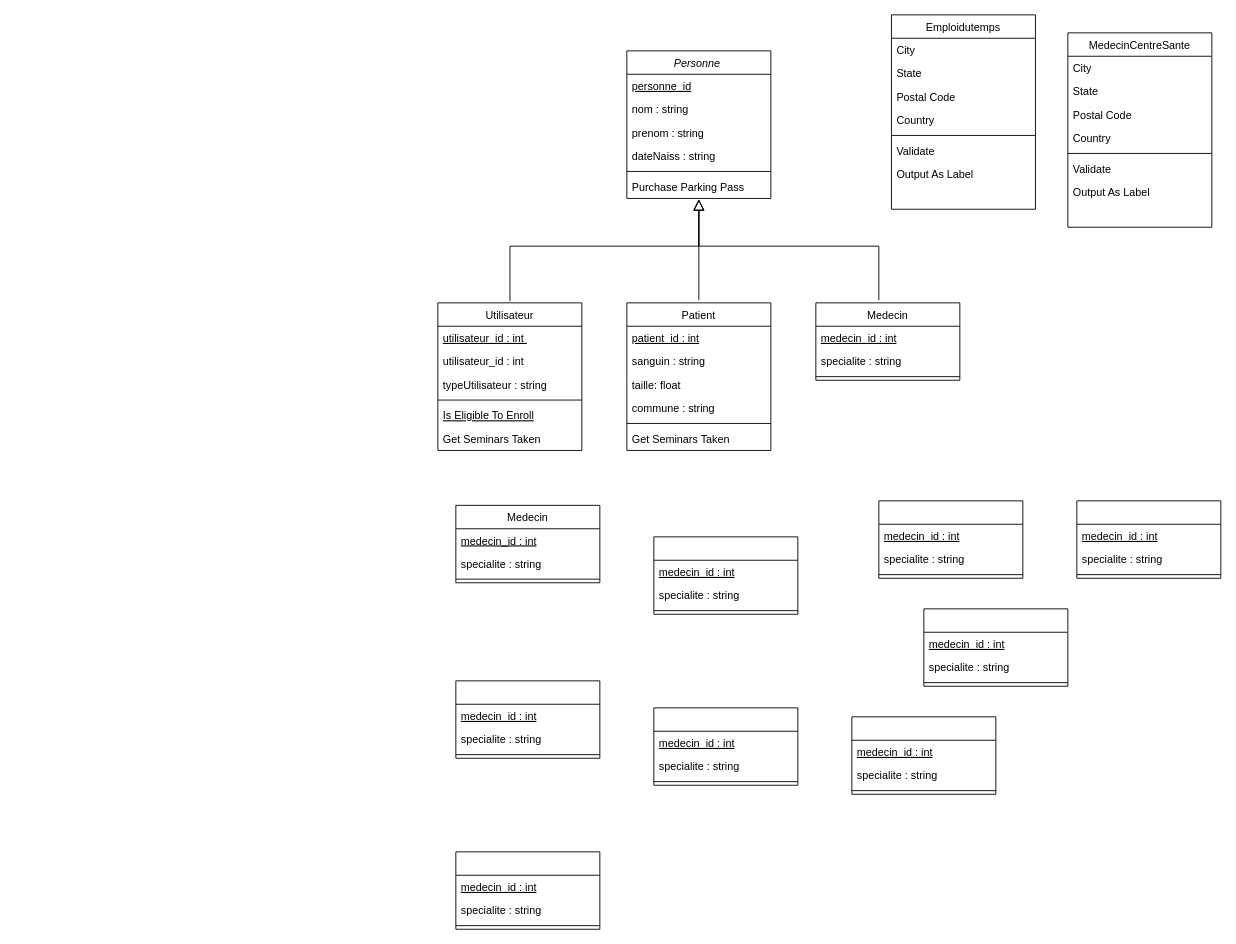
Above: Untitled Diagram.drawio in 2024SMAGIR2A/MedicalinfoA (draw.io), before the change. Source tidied: cells renumbered, new cells numbered last; positions are measured from the earlier drawing's top-left corner, leaving out a move shared by most shapes. Both pictures are drawn from the tidied source at 90%, with x=0, y=0 at pixel (437, 14).
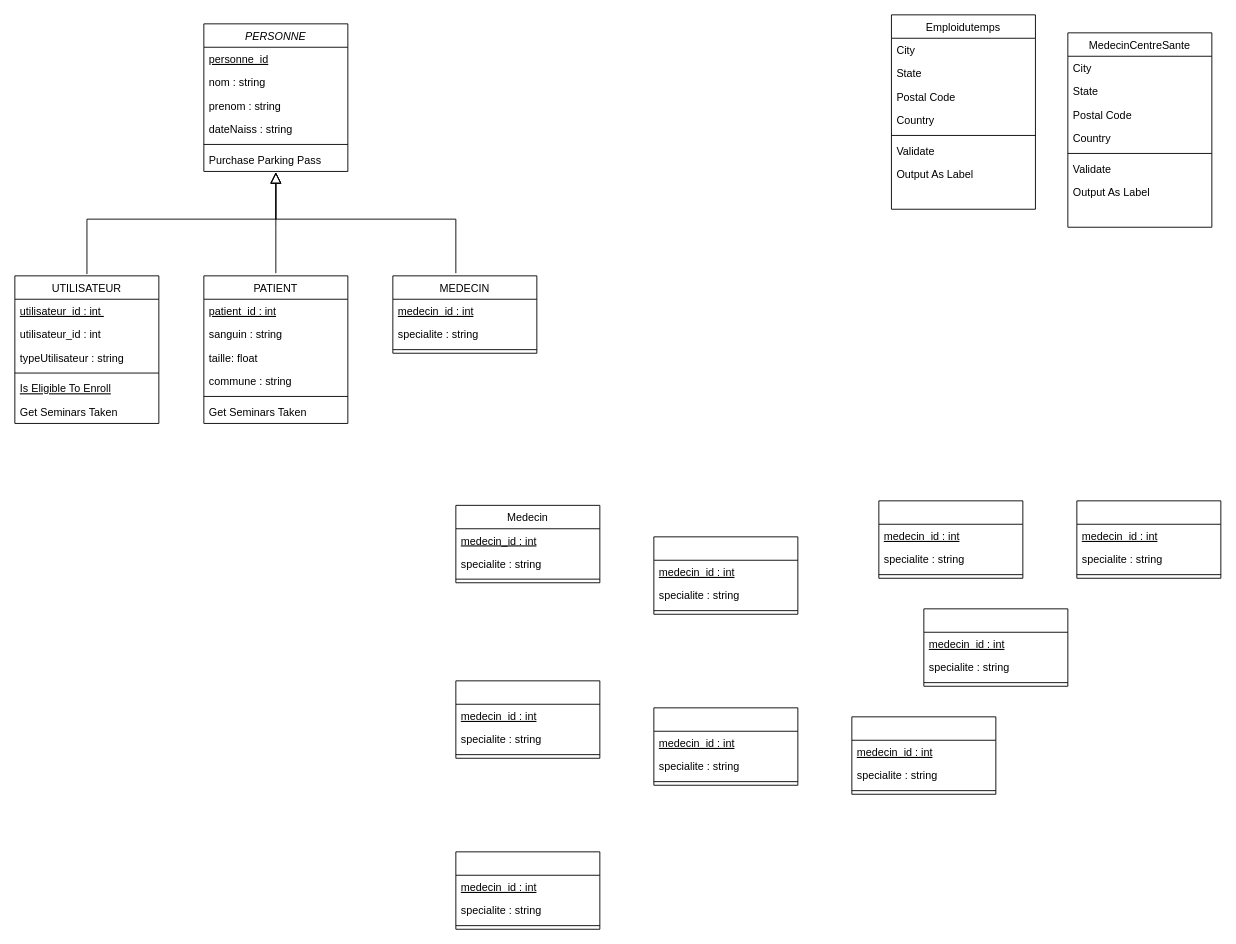
Above is the later version.

Commit message:
Mettre à jour Untitled Diagram.drawio

Change to the diagram source:
```diff
@@
-    <mxCell id="2" value="Personne " style="swimlane;fontStyle=2;align=center;verticalAlign=top;horizontal=1;startSize=26;rounded=0;shadow=0;strokeWidth=1;" parent="1" vertex="1">
-      <mxGeometry x="210" y="40" width="160" height="164" as="geometry" />
+    <mxCell id="2" value="PERSONNE" style="swimlane;fontStyle=2;align=center;verticalAlign=top;horizontal=1;startSize=26;rounded=0;shadow=0;strokeWidth=1;" parent="1" vertex="1">
+      <mxGeometry x="-260" y="10" width="160" height="164" as="geometry" />
     </mxCell>
@@
-    <mxCell id="9" value="Patient" style="swimlane;fontStyle=0;align=center;verticalAlign=top;horizontal=1;startSize=26;rounded=0;shadow=0;strokeWidth=1;" parent="1" vertex="1">
-      <mxGeometry x="210" y="320" width="160" height="164" as="geometry" />
+    <mxCell id="9" value="PATIENT" style="swimlane;fontStyle=0;align=center;verticalAlign=top;horizontal=1;startSize=26;rounded=0;shadow=0;strokeWidth=1;" parent="1" vertex="1">
+      <mxGeometry x="-260" y="290" width="160" height="164" as="geometry" />
     </mxCell>
@@
     <mxCell id="16" style="endArrow=block;endSize=10;endFill=0;shadow=0;strokeWidth=1;rounded=0;curved=0;edgeStyle=elbowEdgeStyle;elbow=vertical;" parent="1" edge="1">
       <mxGeometry relative="1" as="geometry">
-        <mxPoint x="290" y="317" as="sourcePoint" />
-        <mxPoint x="290" y="205" as="targetPoint" />
+        <mxPoint x="-180" y="287" as="sourcePoint" />
+        <mxPoint x="-180" y="175" as="targetPoint" />
         <Array as="points">
-          <mxPoint x="290" y="266" />
+          <mxPoint x="-180" y="236" />
         </Array>
       </mxGeometry>
     </mxCell>
-    <mxCell id="17" value="Medecin" style="swimlane;fontStyle=0;align=center;verticalAlign=top;horizontal=1;startSize=26;rounded=0;shadow=0;strokeWidth=1;" parent="1" vertex="1">
-      <mxGeometry x="420" y="320" width="160" height="86" as="geometry" />
+    <mxCell id="17" value="MEDECIN" style="swimlane;fontStyle=0;align=center;verticalAlign=top;horizontal=1;startSize=26;rounded=0;shadow=0;strokeWidth=1;" parent="1" vertex="1">
+      <mxGeometry x="-50" y="290" width="160" height="86" as="geometry" />
     </mxCell>
@@
     <mxCell id="21" style="endArrow=block;endSize=10;endFill=0;shadow=0;strokeWidth=1;rounded=0;curved=0;edgeStyle=elbowEdgeStyle;elbow=vertical;" parent="1" edge="1">
       <mxGeometry relative="1" as="geometry">
-        <mxPoint x="490" y="317" as="sourcePoint" />
-        <mxPoint x="290" y="205" as="targetPoint" />
+        <mxPoint x="20" y="287" as="sourcePoint" />
+        <mxPoint x="-180" y="175" as="targetPoint" />
         <Array as="points">
-          <mxPoint x="389" y="257" />
+          <mxPoint x="-81" y="227" />
         </Array>
       </mxGeometry>
     </mxCell>
@@
-    <mxCell id="30" value="Utilisateur" style="swimlane;fontStyle=0;align=center;verticalAlign=top;horizontal=1;startSize=26;rounded=0;shadow=0;strokeWidth=1;" parent="1" vertex="1">
-      <mxGeometry y="320" width="160" height="164" as="geometry" />
+    <mxCell id="30" value="UTILISATEUR" style="swimlane;fontStyle=0;align=center;verticalAlign=top;horizontal=1;startSize=26;rounded=0;shadow=0;strokeWidth=1;" parent="1" vertex="1">
+      <mxGeometry x="-470" y="290" width="160" height="164" as="geometry" />
     </mxCell>
@@
     <mxCell id="37" style="endArrow=block;endSize=10;endFill=0;shadow=0;strokeWidth=1;rounded=0;curved=0;edgeStyle=elbowEdgeStyle;elbow=vertical;exitX=0.438;exitY=0;exitDx=0;exitDy=0;exitPerimeter=0;" parent="1" edge="1">
       <mxGeometry relative="1" as="geometry">
-        <mxPoint x="80.1" y="318" as="sourcePoint" />
-        <mxPoint x="290" y="205" as="targetPoint" />
+        <mxPoint x="-389.9" y="288" as="sourcePoint" />
+        <mxPoint x="-180" y="175" as="targetPoint" />
         <Array as="points">
-          <mxPoint x="180" y="257" />
+          <mxPoint x="-290" y="227" />
         </Array>
       </mxGeometry>
     </mxCell>
```
